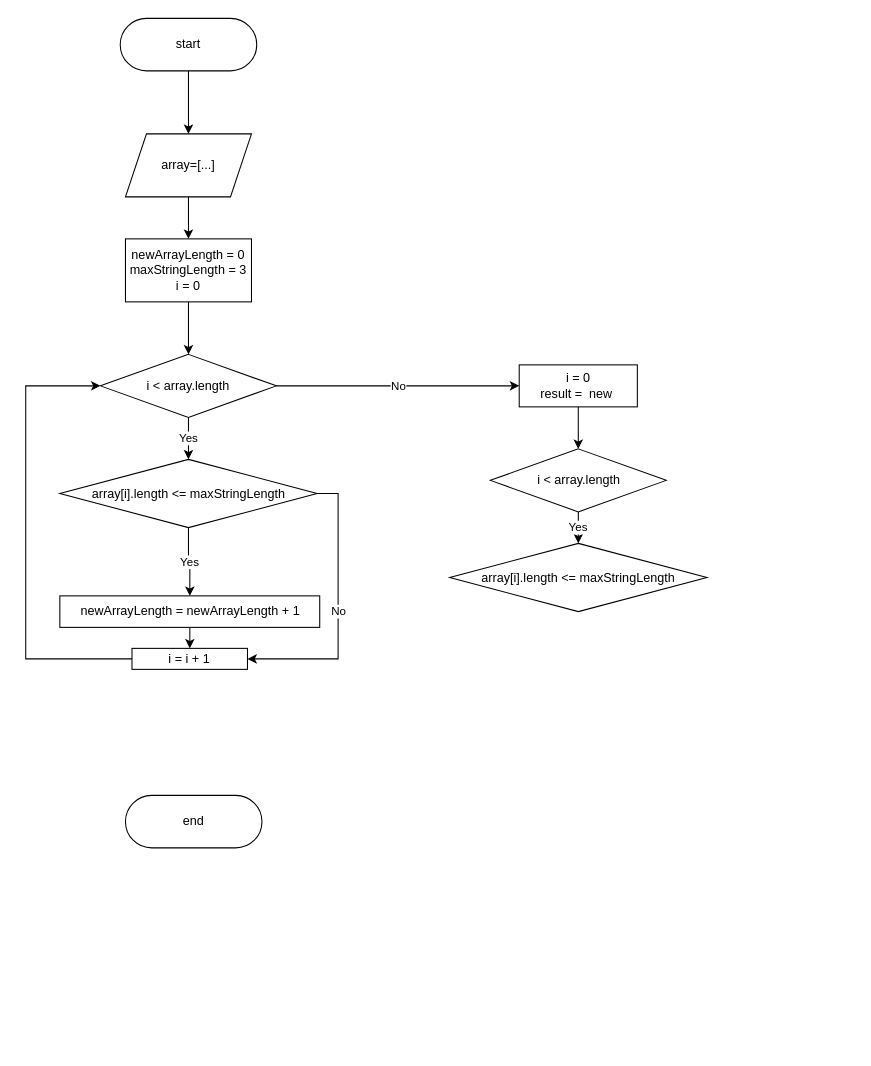
Above: final_work_for_main_block.drawio in blbulyandavbulyan/FinalHomeWorkForMainBlockForGB (draw.io), before the change. Source tidied: cells renumbered, new cells numbered last; positions are measured from the earlier drawing's top-left corner, leaving out a move shared by most shapes. Both pictures are drawn from the tidied source at 105%, with x=0, y=0 at pixel (25, 18).
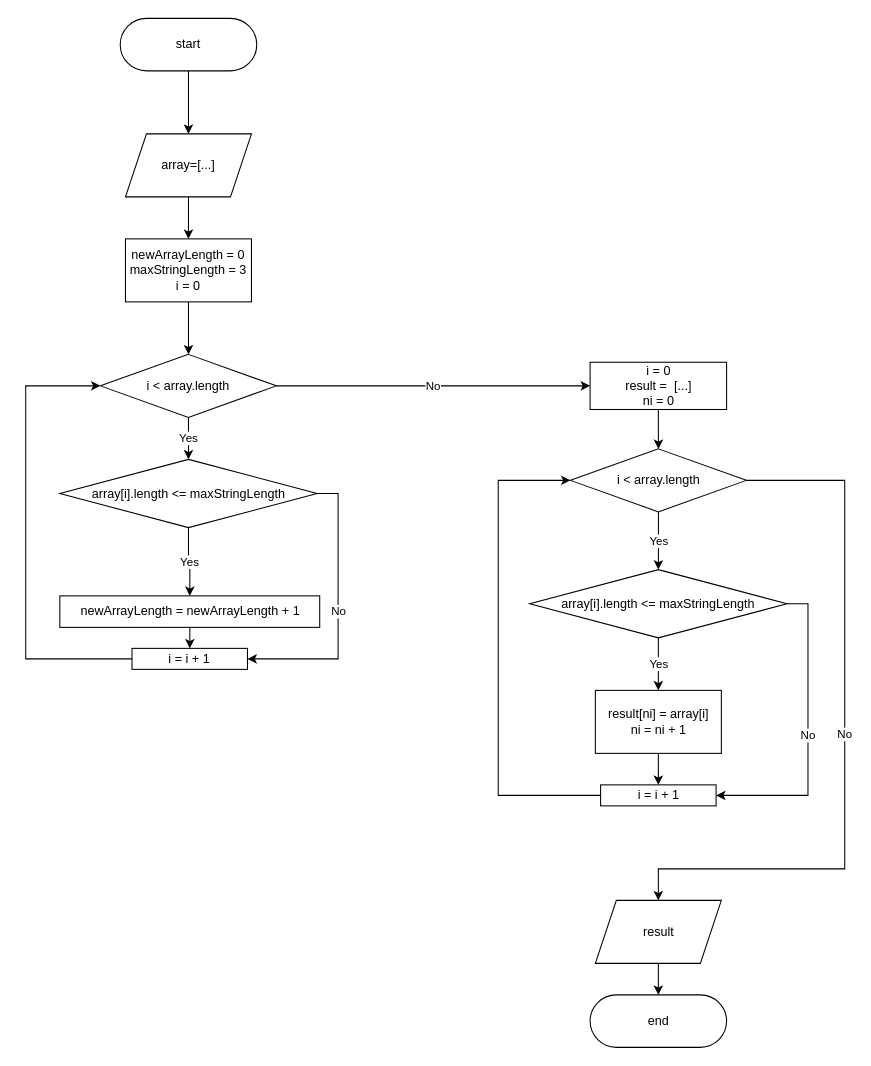
Above is the later version.

Commit message:
graphical explanation of my solution fully was fully completed

What changed in the source:
```diff
@@
     <mxCell id="4" value="end" style="rounded=1;whiteSpace=wrap;html=1;arcSize=50;" parent="1" vertex="1">
-      <mxGeometry x="95" y="740" width="130" height="50" as="geometry" />
+      <mxGeometry x="537.5" y="930" width="130" height="50" as="geometry" />
     </mxCell>
@@
     <mxCell id="20" value="i &amp;lt; array.length" style="rhombus;whiteSpace=wrap;html=1;" parent="1" vertex="1">
-      <mxGeometry x="442.5" y="410" width="167.5" height="60" as="geometry" />
+      <mxGeometry x="518.8" y="410" width="167.5" height="60" as="geometry" />
     </mxCell>
@@
+    <mxCell id="24" value="No" style="edgeStyle=orthogonalEdgeStyle;rounded=0;jettySize=auto;html=1;exitX=1;exitY=0.5;exitDx=0;exitDy=0;entryX=0.5;entryY=0;entryDx=0;entryDy=0;" parent="1" edge="1" source="20" target="28">
+      <mxGeometry relative="1" as="geometry">
+        <Array as="points">
+          <mxPoint x="780" y="440" />
+          <mxPoint x="780" y="810" />
+          <mxPoint x="603" y="810" />
+        </Array>
+      </mxGeometry>
+    </mxCell>
-    <mxCell id="22" value="i = 0&lt;br&gt;result =&amp;nbsp; new&amp;nbsp;" style="rounded=0;whiteSpace=wrap;html=1;" parent="1" vertex="1">
-      <mxGeometry x="470" y="330" width="112.5" height="40" as="geometry" />
+    <mxCell id="22" value="i = 0&lt;br&gt;result =&amp;nbsp; [...]&lt;br&gt;ni = 0" style="rounded=0;whiteSpace=wrap;html=1;" parent="1" vertex="1">
+      <mxGeometry x="537.5" y="327.5" width="130" height="45" as="geometry" />
     </mxCell>
+    <mxCell id="25" value="No" style="edgeStyle=orthogonalEdgeStyle;rounded=0;jettySize=auto;html=1;exitX=1;exitY=0.5;exitDx=0;exitDy=0;entryX=1;entryY=0.5;entryDx=0;entryDy=0;" parent="1" edge="1" source="23" target="30">
+      <mxGeometry relative="1" as="geometry" />
+    </mxCell>
+    <mxCell id="26" value="Yes" style="edgeStyle=orthogonalEdgeStyle;rounded=0;jettySize=auto;html=1;" parent="1" edge="1" source="23" target="32">
+      <mxGeometry relative="1" as="geometry" />
+    </mxCell>
     <mxCell id="23" value="array[i].length &amp;lt;= maxStringLength" style="rhombus;whiteSpace=wrap;html=1;" parent="1" vertex="1">
-      <mxGeometry x="403.8" y="500" width="245" height="65" as="geometry" />
+      <mxGeometry x="480" y="525" width="245" height="65" as="geometry" />
     </mxCell>
+    <mxCell id="27" style="edgeStyle=orthogonalEdgeStyle;rounded=0;jettySize=auto;html=1;" parent="1" edge="1" source="28" target="4">
+      <mxGeometry relative="1" as="geometry" />
+    </mxCell>
+    <mxCell id="28" value="result" style="shape=parallelogram;perimeter=parallelogramPerimeter;whiteSpace=wrap;html=1;fixedSize=1;" parent="1" vertex="1">
+      <mxGeometry x="542.5" y="840" width="120" height="60" as="geometry" />
+    </mxCell>
+    <mxCell id="29" style="edgeStyle=orthogonalEdgeStyle;rounded=0;jettySize=auto;html=1;exitX=0;exitY=0.5;exitDx=0;exitDy=0;entryX=0;entryY=0.5;entryDx=0;entryDy=0;" parent="1" edge="1" source="30" target="20">
+      <mxGeometry relative="1" as="geometry">
+        <Array as="points">
+          <mxPoint x="450" y="740" />
+          <mxPoint x="450" y="440" />
+        </Array>
+      </mxGeometry>
+    </mxCell>
+    <mxCell id="30" value="i = i + 1" style="rounded=0;whiteSpace=wrap;html=1;" parent="1" vertex="1">
+      <mxGeometry x="547.5" y="730" width="110" height="20" as="geometry" />
+    </mxCell>
+    <mxCell id="31" style="edgeStyle=orthogonalEdgeStyle;rounded=0;jettySize=auto;html=1;" parent="1" edge="1" source="32" target="30">
+      <mxGeometry relative="1" as="geometry" />
+    </mxCell>
+    <mxCell id="32" value="result[ni] = array[i]&lt;br&gt;ni = ni + 1" style="rounded=0;whiteSpace=wrap;html=1;" parent="1" vertex="1">
+      <mxGeometry x="542.5" y="640" width="120" height="60" as="geometry" />
+    </mxCell>
```
